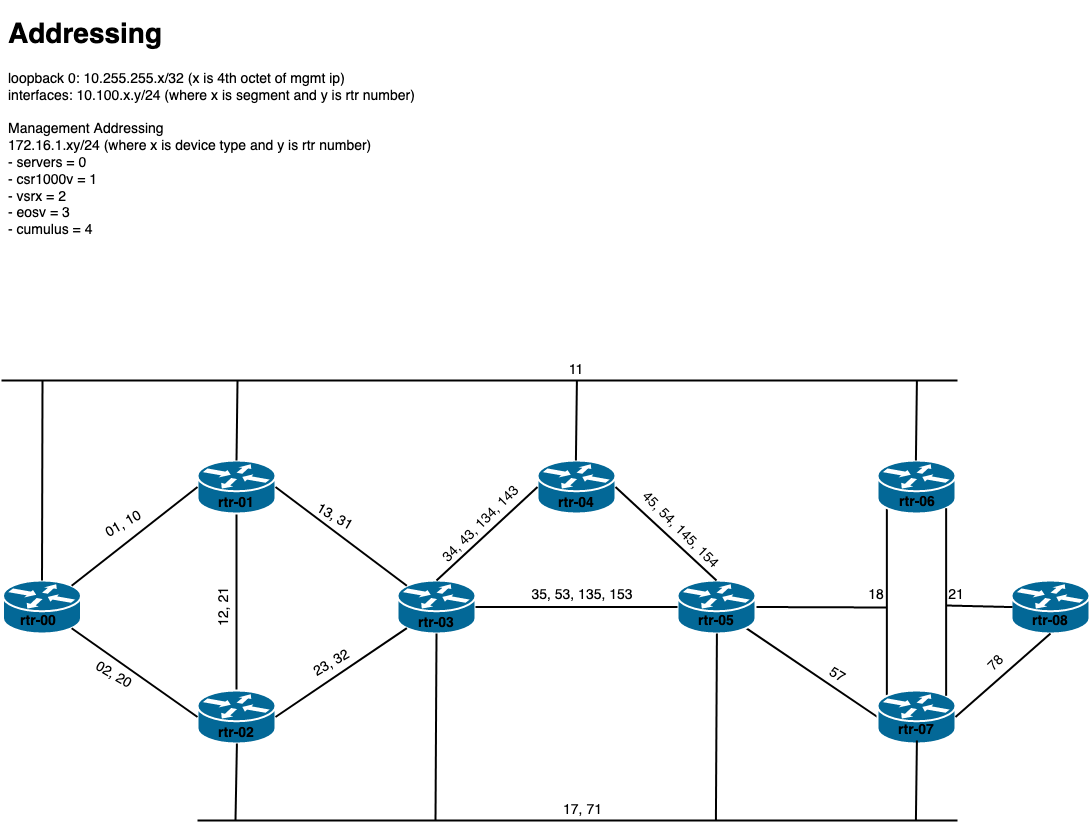
Above: device-config-files/lab-diagrams.png in j0hn3/network_programmability_experiments (draw.io), before the change. Source tidied: cells renumbered, new cells last; positions are measured from the earlier drawing's top-left corner, leaving out a move shared by most shapes. The source it was exported from:
```xml
<mxGraphModel background="#ffffff">
  <root>
    <mxCell id="0" />
    <mxCell id="1" parent="0" />
    <mxCell id="2" style="edgeStyle=none;html=1;labelBackgroundColor=none;startFill=0;endArrow=none;endFill=0;strokeWidth=2;fontFamily=Verdana;fontSize=12;entryX=0.12;entryY=0.1;entryDx=0;entryDy=0;entryPerimeter=0;exitX=0.12;exitY=0.9;exitDx=0;exitDy=0;exitPerimeter=0;" parent="1" edge="1" source="12" target="11">
      <mxGeometry relative="1" as="geometry" />
    </mxCell>
    <mxCell id="3" style="edgeStyle=none;html=1;labelBackgroundColor=none;startFill=0;endArrow=none;endFill=0;strokeWidth=2;fontFamily=Verdana;fontSize=12;exitX=0.5;exitY=1;exitDx=0;exitDy=0;exitPerimeter=0;entryX=0.5;entryY=0;entryDx=0;entryDy=0;entryPerimeter=0;" parent="1" edge="1" source="4" target="7">
      <mxGeometry relative="1" as="geometry" />
    </mxCell>
    <mxCell id="4" style="shape=mxgraph.cisco.routers.router;html=1;dashed=0;fillColor=#036897;strokeColor=#ffffff;strokeWidth=2;verticalLabelPosition=bottom;verticalAlign=top;rounded=0;shadow=0;comic=0;fontFamily=Verdana;fontSize=12;" parent="1" vertex="1">
      <mxGeometry x="196" y="450" width="78" height="53" as="geometry" />
    </mxCell>
    <mxCell id="5" style="edgeStyle=none;html=1;labelBackgroundColor=none;startFill=0;endArrow=none;endFill=0;strokeWidth=2;fontFamily=Verdana;fontSize=12;entryX=1;entryY=0.5;entryDx=0;entryDy=0;entryPerimeter=0;" parent="1" edge="1" target="9">
      <mxGeometry relative="1" as="geometry">
        <mxPoint x="885" y="597" as="sourcePoint" />
      </mxGeometry>
    </mxCell>
    <mxCell id="6" style="edgeStyle=none;html=1;labelBackgroundColor=none;startFill=0;endArrow=none;endFill=0;strokeWidth=2;fontFamily=Verdana;fontSize=12;exitX=0.88;exitY=0.9;exitDx=0;exitDy=0;exitPerimeter=0;entryX=0;entryY=0.5;entryDx=0;entryDy=0;entryPerimeter=0;" parent="1" edge="1" source="9" target="11">
      <mxGeometry relative="1" as="geometry" />
    </mxCell>
    <mxCell id="7" style="shape=mxgraph.cisco.routers.router;html=1;dashed=0;fillColor=#036897;strokeColor=#ffffff;strokeWidth=2;verticalLabelPosition=bottom;verticalAlign=top;rounded=0;shadow=0;comic=0;fontFamily=Verdana;fontSize=12;" parent="1" vertex="1">
      <mxGeometry x="196" y="680" width="78" height="53" as="geometry" />
    </mxCell>
    <mxCell id="8" style="shape=mxgraph.cisco.routers.router;html=1;dashed=0;fillColor=#036897;strokeColor=#ffffff;strokeWidth=2;verticalLabelPosition=bottom;verticalAlign=top;rounded=0;shadow=0;comic=0;fontFamily=Verdana;fontSize=12;" parent="1" vertex="1">
      <mxGeometry x="396" y="570" width="78" height="53" as="geometry" />
    </mxCell>
    <mxCell id="9" style="shape=mxgraph.cisco.routers.router;html=1;dashed=0;fillColor=#036897;strokeColor=#ffffff;strokeWidth=2;verticalLabelPosition=bottom;verticalAlign=top;rounded=0;shadow=0;comic=0;fontFamily=Verdana;fontSize=12;" parent="1" vertex="1">
      <mxGeometry x="676" y="570" width="78" height="53" as="geometry" />
    </mxCell>
    <mxCell id="10" style="shape=mxgraph.cisco.routers.router;html=1;dashed=0;fillColor=#036897;strokeColor=#ffffff;strokeWidth=2;verticalLabelPosition=bottom;verticalAlign=top;rounded=0;shadow=0;comic=0;fontFamily=Verdana;fontSize=12;" parent="1" vertex="1">
      <mxGeometry x="536" y="450" width="78" height="53" as="geometry" />
    </mxCell>
    <mxCell id="11" style="shape=mxgraph.cisco.routers.router;html=1;dashed=0;fillColor=#036897;strokeColor=#ffffff;strokeWidth=2;verticalLabelPosition=bottom;verticalAlign=top;rounded=0;shadow=0;comic=0;fontFamily=Verdana;fontSize=12;" parent="1" vertex="1">
      <mxGeometry x="876" y="680" width="78" height="53" as="geometry" />
    </mxCell>
    <mxCell id="12" style="shape=mxgraph.cisco.routers.router;html=1;dashed=0;fillColor=#036897;strokeColor=#ffffff;strokeWidth=2;verticalLabelPosition=bottom;verticalAlign=top;rounded=0;shadow=0;comic=0;fontFamily=Verdana;fontSize=12;" parent="1" vertex="1">
      <mxGeometry x="876" y="450" width="78" height="53" as="geometry" />
    </mxCell>
    <mxCell id="13" style="edgeStyle=none;html=1;labelBackgroundColor=none;startFill=0;endArrow=none;endFill=0;strokeWidth=2;fontFamily=Verdana;fontSize=12;exitX=1;exitY=0.5;exitDx=0;exitDy=0;exitPerimeter=0;entryX=0.12;entryY=0.1;entryDx=0;entryDy=0;entryPerimeter=0;" parent="1" edge="1" source="4" target="8">
      <mxGeometry relative="1" as="geometry" />
    </mxCell>
    <mxCell id="14" style="edgeStyle=none;html=1;labelBackgroundColor=none;startFill=0;endArrow=none;endFill=0;strokeWidth=2;fontFamily=Verdana;fontSize=12;exitX=1;exitY=0.5;exitDx=0;exitDy=0;exitPerimeter=0;entryX=0.12;entryY=0.9;entryDx=0;entryDy=0;entryPerimeter=0;" parent="1" edge="1" source="7" target="8">
      <mxGeometry relative="1" as="geometry" />
    </mxCell>
    <mxCell id="15" style="edgeStyle=none;html=1;labelBackgroundColor=none;startFill=0;endArrow=none;endFill=0;strokeWidth=2;fontFamily=Verdana;fontSize=12;entryX=0;entryY=0.5;entryDx=0;entryDy=0;entryPerimeter=0;exitX=1;exitY=0.5;exitDx=0;exitDy=0;exitPerimeter=0;" parent="1" edge="1" source="8" target="9">
      <mxGeometry relative="1" as="geometry" />
    </mxCell>
    <mxCell id="16" style="edgeStyle=none;html=1;labelBackgroundColor=none;startFill=0;endArrow=none;endFill=0;strokeWidth=2;fontFamily=Verdana;fontSize=12;entryX=0;entryY=0.5;entryDx=0;entryDy=0;entryPerimeter=0;exitX=0.5;exitY=0;exitDx=0;exitDy=0;exitPerimeter=0;" parent="1" edge="1" source="8" target="10">
      <mxGeometry relative="1" as="geometry" />
    </mxCell>
    <mxCell id="17" style="edgeStyle=none;html=1;labelBackgroundColor=none;startFill=0;endArrow=none;endFill=0;strokeWidth=2;fontFamily=Verdana;fontSize=12;entryX=1;entryY=0.5;entryDx=0;entryDy=0;entryPerimeter=0;exitX=0.5;exitY=0;exitDx=0;exitDy=0;exitPerimeter=0;" parent="1" edge="1" source="9" target="10">
      <mxGeometry relative="1" as="geometry" />
    </mxCell>
    <mxCell id="18" style="edgeStyle=none;html=1;labelBackgroundColor=none;startFill=0;endArrow=none;endFill=0;strokeWidth=2;fontFamily=Verdana;fontSize=12;" parent="1" edge="1">
      <mxGeometry relative="1" as="geometry">
        <mxPoint y="370" as="sourcePoint" />
        <mxPoint x="956" y="370" as="targetPoint" />
      </mxGeometry>
    </mxCell>
    <mxCell id="19" style="edgeStyle=none;html=1;labelBackgroundColor=none;startFill=0;endArrow=none;endFill=0;strokeWidth=2;fontFamily=Verdana;fontSize=12;" parent="1" edge="1">
      <mxGeometry relative="1" as="geometry">
        <mxPoint x="196" y="810" as="sourcePoint" />
        <mxPoint x="956" y="810" as="targetPoint" />
      </mxGeometry>
    </mxCell>
    <mxCell id="20" style="edgeStyle=none;html=1;labelBackgroundColor=none;startFill=0;endArrow=none;endFill=0;strokeWidth=2;fontFamily=Verdana;fontSize=12;entryX=0.5;entryY=0;entryDx=0;entryDy=0;entryPerimeter=0;" parent="1" edge="1" target="4">
      <mxGeometry relative="1" as="geometry">
        <mxPoint x="236" y="370" as="sourcePoint" />
      </mxGeometry>
    </mxCell>
    <mxCell id="21" style="edgeStyle=none;html=1;labelBackgroundColor=none;startFill=0;endArrow=none;endFill=0;strokeWidth=2;fontFamily=Verdana;fontSize=12;entryX=0.5;entryY=0;entryDx=0;entryDy=0;entryPerimeter=0;" parent="1" edge="1">
      <mxGeometry relative="1" as="geometry">
        <mxPoint x="575.4" y="370" as="sourcePoint" />
        <mxPoint x="574.4" y="450" as="targetPoint" />
      </mxGeometry>
    </mxCell>
    <mxCell id="22" style="edgeStyle=none;html=1;labelBackgroundColor=none;startFill=0;endArrow=none;endFill=0;strokeWidth=2;fontFamily=Verdana;fontSize=12;entryX=0.5;entryY=0;entryDx=0;entryDy=0;entryPerimeter=0;" parent="1" edge="1">
      <mxGeometry relative="1" as="geometry">
        <mxPoint x="915.4" y="370" as="sourcePoint" />
        <mxPoint x="914.4" y="450" as="targetPoint" />
      </mxGeometry>
    </mxCell>
    <mxCell id="23" style="edgeStyle=none;html=1;labelBackgroundColor=none;startFill=0;endArrow=none;endFill=0;strokeWidth=2;fontFamily=Verdana;fontSize=12;entryX=0.5;entryY=0;entryDx=0;entryDy=0;entryPerimeter=0;" parent="1" edge="1">
      <mxGeometry relative="1" as="geometry">
        <mxPoint x="915.4" y="730" as="sourcePoint" />
        <mxPoint x="914.4" y="810" as="targetPoint" />
      </mxGeometry>
    </mxCell>
    <mxCell id="24" style="edgeStyle=none;html=1;labelBackgroundColor=none;startFill=0;endArrow=none;endFill=0;strokeWidth=2;fontFamily=Verdana;fontSize=12;" parent="1" edge="1">
      <mxGeometry relative="1" as="geometry">
        <mxPoint x="235.4" y="733" as="sourcePoint" />
        <mxPoint x="234" y="810" as="targetPoint" />
      </mxGeometry>
    </mxCell>
    <mxCell id="25" style="edgeStyle=none;html=1;labelBackgroundColor=none;startFill=0;endArrow=none;endFill=0;strokeWidth=2;fontFamily=Verdana;fontSize=12;exitX=0.5;exitY=1;exitDx=0;exitDy=0;exitPerimeter=0;" parent="1" edge="1" source="8">
      <mxGeometry relative="1" as="geometry">
        <mxPoint x="434" y="810" as="targetPoint" />
      </mxGeometry>
    </mxCell>
    <mxCell id="26" style="edgeStyle=none;html=1;labelBackgroundColor=none;startFill=0;endArrow=none;endFill=0;strokeWidth=2;fontFamily=Verdana;fontSize=12;exitX=0.5;exitY=1;exitDx=0;exitDy=0;exitPerimeter=0;" parent="1" edge="1">
      <mxGeometry relative="1" as="geometry">
        <mxPoint x="715.4" y="623" as="sourcePoint" />
        <mxPoint x="714.4" y="810" as="targetPoint" />
      </mxGeometry>
    </mxCell>
    <mxCell id="27" value="rtr-01" style="text;html=1;strokeColor=none;fillColor=none;align=center;verticalAlign=middle;whiteSpace=wrap;rounded=0;fontSize=14;fontStyle=1;" parent="1" vertex="1">
      <mxGeometry x="215" y="483" width="40" height="20" as="geometry" />
    </mxCell>
    <mxCell id="28" value="rtr-02" style="text;html=1;strokeColor=none;fillColor=none;align=center;verticalAlign=middle;whiteSpace=wrap;rounded=0;fontSize=14;fontStyle=1;" parent="1" vertex="1">
      <mxGeometry x="215" y="713" width="40" height="20" as="geometry" />
    </mxCell>
    <mxCell id="29" value="rtr-03" style="text;html=1;strokeColor=none;fillColor=none;align=center;verticalAlign=middle;whiteSpace=wrap;rounded=0;fontSize=14;fontStyle=1;" parent="1" vertex="1">
      <mxGeometry x="415" y="603" width="40" height="20" as="geometry" />
    </mxCell>
    <mxCell id="30" value="rtr-04" style="text;html=1;strokeColor=none;fillColor=none;align=center;verticalAlign=middle;whiteSpace=wrap;rounded=0;fontSize=14;fontStyle=1;" parent="1" vertex="1">
      <mxGeometry x="555" y="483" width="40" height="20" as="geometry" />
    </mxCell>
    <mxCell id="31" value="rtr-05" style="text;html=1;strokeColor=none;fillColor=none;align=center;verticalAlign=middle;whiteSpace=wrap;rounded=0;fontSize=14;fontStyle=1;" parent="1" vertex="1">
      <mxGeometry x="695" y="601" width="40" height="20" as="geometry" />
    </mxCell>
    <mxCell id="32" value="rtr-06" style="text;html=1;strokeColor=none;fillColor=none;align=center;verticalAlign=middle;whiteSpace=wrap;rounded=0;fontSize=14;fontStyle=1;" parent="1" vertex="1">
      <mxGeometry x="896" y="482" width="40" height="20" as="geometry" />
    </mxCell>
    <mxCell id="33" value="rtr-07" style="text;html=1;strokeColor=none;fillColor=none;align=center;verticalAlign=middle;whiteSpace=wrap;rounded=0;fontSize=14;fontStyle=1;" parent="1" vertex="1">
      <mxGeometry x="895" y="710" width="40" height="20" as="geometry" />
    </mxCell>
    <mxCell id="34" value="11" style="text;html=1;strokeColor=none;fillColor=none;align=center;verticalAlign=middle;whiteSpace=wrap;rounded=0;fontSize=14;" parent="1" vertex="1">
      <mxGeometry x="555" y="350" width="40" height="20" as="geometry" />
    </mxCell>
    <mxCell id="35" value="35, 53, 135, 153" style="text;html=1;strokeColor=none;fillColor=none;align=center;verticalAlign=middle;whiteSpace=wrap;rounded=0;fontSize=14;" parent="1" vertex="1">
      <mxGeometry x="506" y="575" width="150" height="20" as="geometry" />
    </mxCell>
    <mxCell id="36" value="45, 54, 145, 154" style="text;html=1;strokeColor=none;fillColor=none;align=center;verticalAlign=middle;whiteSpace=wrap;rounded=0;fontSize=14;rotation=45;" parent="1" vertex="1">
      <mxGeometry x="604" y="510" width="150" height="20" as="geometry" />
    </mxCell>
    <mxCell id="37" value="&lt;div&gt;34, 43, 134, 143&lt;/div&gt;" style="text;html=1;strokeColor=none;fillColor=none;align=center;verticalAlign=middle;whiteSpace=wrap;rounded=0;fontSize=14;rotation=-45;" parent="1" vertex="1">
      <mxGeometry x="405" y="504" width="150" height="20" as="geometry" />
    </mxCell>
    <mxCell id="38" value="17, 71" style="text;html=1;strokeColor=none;fillColor=none;align=center;verticalAlign=middle;whiteSpace=wrap;rounded=0;fontSize=14;" parent="1" vertex="1">
      <mxGeometry x="548.5" y="790" width="65" height="20" as="geometry" />
    </mxCell>
    <mxCell id="39" value="12, 21" style="text;html=1;strokeColor=none;fillColor=none;align=center;verticalAlign=middle;whiteSpace=wrap;rounded=0;fontSize=14;rotation=-90;" parent="1" vertex="1">
      <mxGeometry x="190" y="586.5" width="65" height="20" as="geometry" />
    </mxCell>
    <mxCell id="40" value="18" style="text;html=1;strokeColor=none;fillColor=none;align=center;verticalAlign=middle;whiteSpace=wrap;rounded=0;fontSize=14;" parent="1" vertex="1">
      <mxGeometry x="855" y="575" width="40" height="20" as="geometry" />
    </mxCell>
    <mxCell id="41" value="57" style="text;html=1;strokeColor=none;fillColor=none;align=center;verticalAlign=middle;whiteSpace=wrap;rounded=0;fontSize=14;rotation=30;" parent="1" vertex="1">
      <mxGeometry x="816" y="655" width="40" height="20" as="geometry" />
    </mxCell>
    <mxCell id="42" value="23, 32" style="text;html=1;strokeColor=none;fillColor=none;align=center;verticalAlign=middle;whiteSpace=wrap;rounded=0;fontSize=14;rotation=-30;" parent="1" vertex="1">
      <mxGeometry x="298" y="643" width="65" height="20" as="geometry" />
    </mxCell>
    <mxCell id="43" value="13, 31" style="text;html=1;strokeColor=none;fillColor=none;align=center;verticalAlign=middle;whiteSpace=wrap;rounded=0;fontSize=14;rotation=30;" parent="1" vertex="1">
      <mxGeometry x="301" y="497" width="65" height="20" as="geometry" />
    </mxCell>
    <mxCell id="44" value="&lt;h1&gt;Addressing&lt;/h1&gt;&lt;div&gt;loopback 0: 10.255.255.x/32 (x is 4th octet of mgmt ip)&lt;/div&gt;&lt;div&gt;interfaces: 10.100.x.y/24 (where x is segment and y is rtr number)&lt;br&gt;&lt;/div&gt;&lt;div&gt;&lt;br&gt;&lt;/div&gt;&lt;div&gt;Management Addressing&lt;/div&gt;&lt;div&gt;172.16.1.xy/24 (where x is device type and y is rtr number)&lt;/div&gt;&lt;div&gt;- servers = 0&lt;br&gt;&lt;/div&gt;&lt;div&gt;- csr1000v = 1&lt;/div&gt;&lt;div&gt;- vsrx = 2&lt;/div&gt;&lt;div&gt;- eosv = 3&lt;/div&gt;&lt;div&gt;- cumulus = 4&lt;br&gt;&lt;/div&gt;&lt;div&gt;&lt;br&gt;&lt;/div&gt;&lt;div&gt;&lt;br&gt;&lt;/div&gt;&lt;div&gt;&lt;br&gt;&lt;/div&gt;" style="text;html=1;strokeColor=none;fillColor=none;spacing=5;spacingTop=-20;whiteSpace=wrap;overflow=hidden;rounded=0;fontSize=14;" parent="1" vertex="1">
      <mxGeometry x="1.5" width="428.5" height="240" as="geometry" />
    </mxCell>
    <mxCell id="45" style="shape=mxgraph.cisco.routers.router;html=1;dashed=0;fillColor=#036897;strokeColor=#ffffff;strokeWidth=2;verticalLabelPosition=bottom;verticalAlign=top;rounded=0;shadow=0;comic=0;fontFamily=Verdana;fontSize=12;" parent="1" vertex="1">
      <mxGeometry x="1.5" y="570" width="78" height="53" as="geometry" />
    </mxCell>
    <mxCell id="46" value="rtr-00" style="text;html=1;strokeColor=none;fillColor=none;align=center;verticalAlign=middle;whiteSpace=wrap;rounded=0;fontSize=14;fontStyle=1;" parent="1" vertex="1">
      <mxGeometry x="17" y="601" width="40" height="20" as="geometry" />
    </mxCell>
    <mxCell id="47" style="edgeStyle=none;html=1;labelBackgroundColor=none;startFill=0;endArrow=none;endFill=0;strokeWidth=2;fontFamily=Verdana;fontSize=12;exitX=0.88;exitY=0.1;exitDx=0;exitDy=0;exitPerimeter=0;entryX=0;entryY=0.5;entryDx=0;entryDy=0;entryPerimeter=0;" parent="1" edge="1" source="45" target="4">
      <mxGeometry relative="1" as="geometry" />
    </mxCell>
    <mxCell id="48" style="edgeStyle=none;html=1;labelBackgroundColor=none;startFill=0;endArrow=none;endFill=0;strokeWidth=2;fontFamily=Verdana;fontSize=12;exitX=0;exitY=0.5;exitDx=0;exitDy=0;exitPerimeter=0;entryX=0.88;entryY=0.9;entryDx=0;entryDy=0;entryPerimeter=0;" parent="1" edge="1" source="7" target="45">
      <mxGeometry relative="1" as="geometry" />
    </mxCell>
    <mxCell id="49" style="edgeStyle=none;html=1;labelBackgroundColor=none;startFill=0;endArrow=none;endFill=0;strokeWidth=2;fontFamily=Verdana;fontSize=12;entryX=0.5;entryY=0;entryDx=0;entryDy=0;entryPerimeter=0;" parent="1" edge="1" target="45">
      <mxGeometry relative="1" as="geometry">
        <mxPoint x="41" y="370" as="sourcePoint" />
      </mxGeometry>
    </mxCell>
    <mxCell id="50" value="01, 10" style="text;html=1;strokeColor=none;fillColor=none;align=center;verticalAlign=middle;whiteSpace=wrap;rounded=0;fontSize=14;rotation=-30;" parent="1" vertex="1">
      <mxGeometry x="90" y="504" width="65" height="20" as="geometry" />
    </mxCell>
    <mxCell id="51" value="&lt;div&gt;02, 20&lt;/div&gt;" style="text;html=1;strokeColor=none;fillColor=none;align=center;verticalAlign=middle;whiteSpace=wrap;rounded=0;fontSize=14;rotation=30;" parent="1" vertex="1">
      <mxGeometry x="80" y="655" width="65" height="20" as="geometry" />
    </mxCell>
    <mxCell id="52" style="shape=mxgraph.cisco.routers.router;html=1;dashed=0;fillColor=#036897;strokeColor=#ffffff;strokeWidth=2;verticalLabelPosition=bottom;verticalAlign=top;rounded=0;shadow=0;comic=0;fontFamily=Verdana;fontSize=12;" parent="1" vertex="1">
      <mxGeometry x="1010" y="570" width="78" height="53" as="geometry" />
    </mxCell>
    <mxCell id="53" style="edgeStyle=none;html=1;labelBackgroundColor=none;startFill=0;endArrow=none;endFill=0;strokeWidth=2;fontFamily=Verdana;fontSize=12;entryX=0.88;entryY=0.1;entryDx=0;entryDy=0;entryPerimeter=0;exitX=0.88;exitY=0.9;exitDx=0;exitDy=0;exitPerimeter=0;" parent="1" edge="1" source="12" target="11">
      <mxGeometry relative="1" as="geometry" />
    </mxCell>
    <mxCell id="54" style="edgeStyle=none;html=1;labelBackgroundColor=none;startFill=0;endArrow=none;endFill=0;strokeWidth=2;fontFamily=Verdana;fontSize=12;entryX=0.25;entryY=1;entryDx=0;entryDy=0;" parent="1" edge="1" target="55">
      <mxGeometry relative="1" as="geometry">
        <mxPoint x="1011" y="596.6" as="sourcePoint" />
      </mxGeometry>
    </mxCell>
    <mxCell id="55" value="21" style="text;html=1;strokeColor=none;fillColor=none;align=center;verticalAlign=middle;whiteSpace=wrap;rounded=0;fontSize=14;" parent="1" vertex="1">
      <mxGeometry x="935" y="575" width="40" height="20" as="geometry" />
    </mxCell>
    <mxCell id="56" style="edgeStyle=none;html=1;labelBackgroundColor=none;startFill=0;endArrow=none;endFill=0;strokeWidth=2;fontFamily=Verdana;fontSize=12;exitX=0.5;exitY=1;exitDx=0;exitDy=0;exitPerimeter=0;entryX=1;entryY=0.5;entryDx=0;entryDy=0;entryPerimeter=0;" parent="1" edge="1" source="52" target="11">
      <mxGeometry relative="1" as="geometry" />
    </mxCell>
    <mxCell id="57" value="78" style="text;html=1;strokeColor=none;fillColor=none;align=center;verticalAlign=middle;whiteSpace=wrap;rounded=0;fontSize=14;rotation=-45;" parent="1" vertex="1">
      <mxGeometry x="975" y="643" width="40" height="20" as="geometry" />
    </mxCell>
    <mxCell id="58" value="rtr-08" style="text;html=1;strokeColor=none;fillColor=none;align=center;verticalAlign=middle;whiteSpace=wrap;rounded=0;fontSize=14;fontStyle=1;" parent="1" vertex="1">
      <mxGeometry x="1029" y="601" width="40" height="20" as="geometry" />
    </mxCell>
  </root>
</mxGraphModel>
```
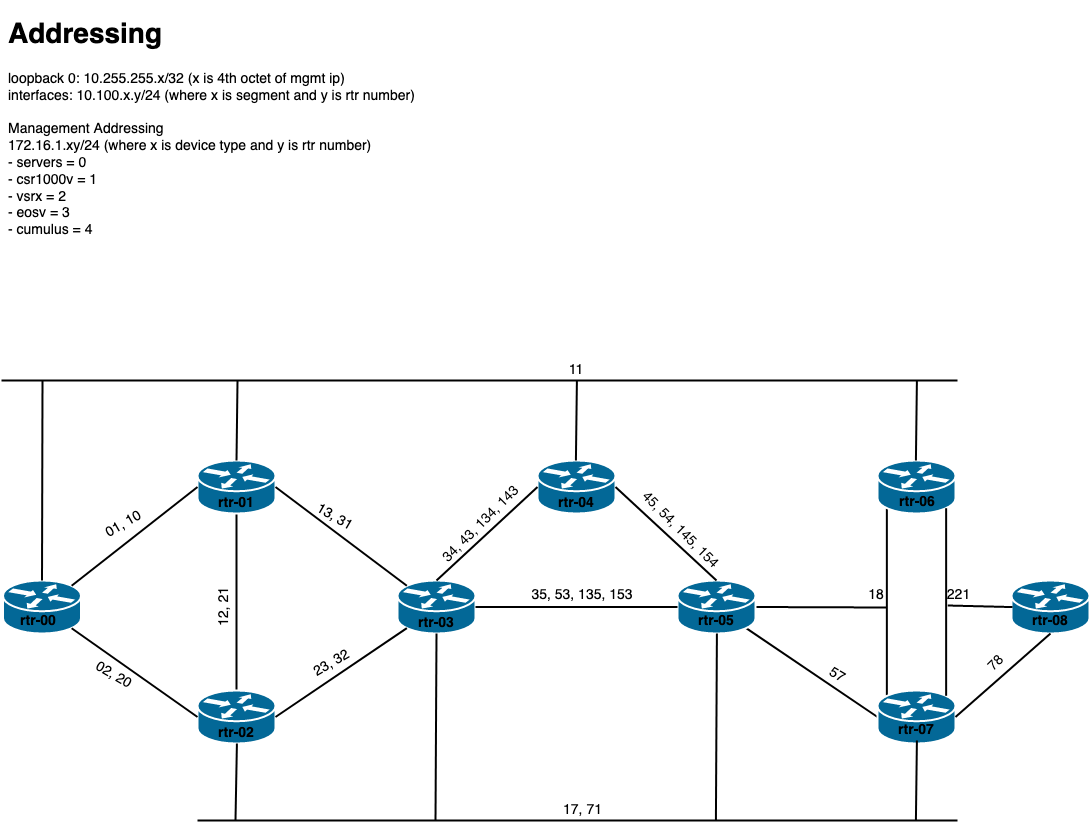
Later version of the same file.

Diff of the diagram source:
```diff
@@ -192,8 +192,8 @@
         <mxPoint x="1011" y="596.6" as="sourcePoint" />
       </mxGeometry>
     </mxCell>
-    <mxCell id="55" value="21" style="text;html=1;strokeColor=none;fillColor=none;align=center;verticalAlign=middle;whiteSpace=wrap;rounded=0;fontSize=14;" parent="1" vertex="1">
-      <mxGeometry x="935" y="575" width="40" height="20" as="geometry" />
+    <mxCell id="55" value="221" style="text;html=1;strokeColor=none;fillColor=none;align=center;verticalAlign=middle;whiteSpace=wrap;rounded=0;fontSize=14;" parent="1" vertex="1">
+      <mxGeometry x="935" y="575" width="45" height="20" as="geometry" />
     </mxCell>
     <mxCell id="56" style="edgeStyle=none;html=1;labelBackgroundColor=none;startFill=0;endArrow=none;endFill=0;strokeWidth=2;fontFamily=Verdana;fontSize=12;exitX=0.5;exitY=1;exitDx=0;exitDy=0;exitPerimeter=0;entryX=1;entryY=0.5;entryDx=0;entryDy=0;entryPerimeter=0;" parent="1" edge="1" source="52" target="11">
       <mxGeometry relative="1" as="geometry" />
```
